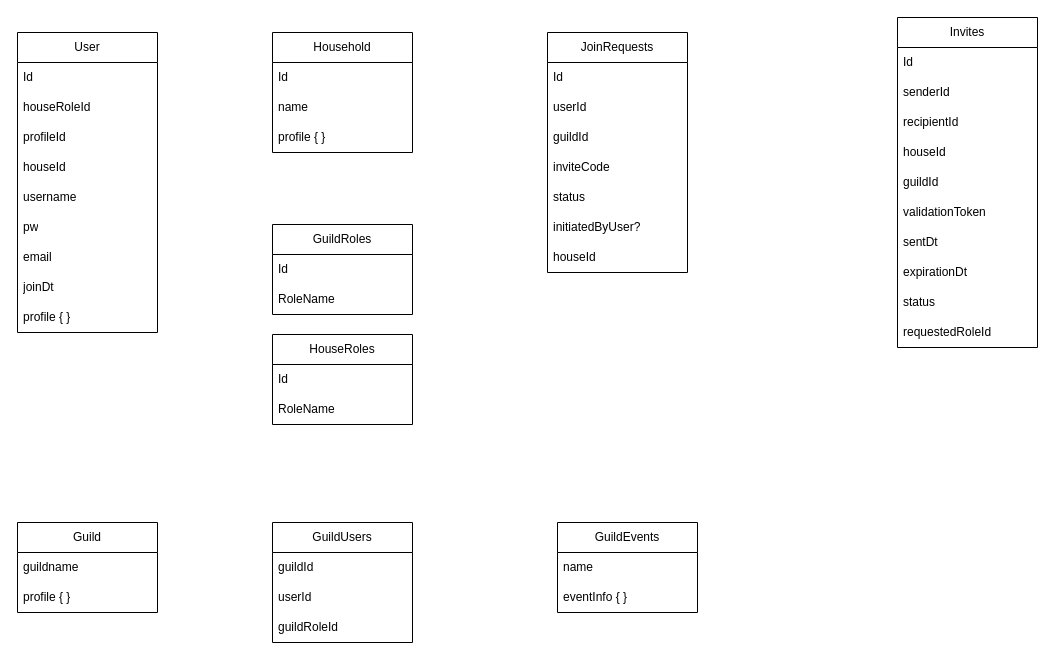
Before: doc/db.drawio in gorebash/guild_hall, a draw.io diagram. Source tidied: cells renumbered, new cells numbered last; positions are measured from the earlier drawing's top-left corner, leaving out a move shared by most shapes. Both pictures are drawn from the tidied source at 100%, with x=0, y=0 at pixel (17, 17).
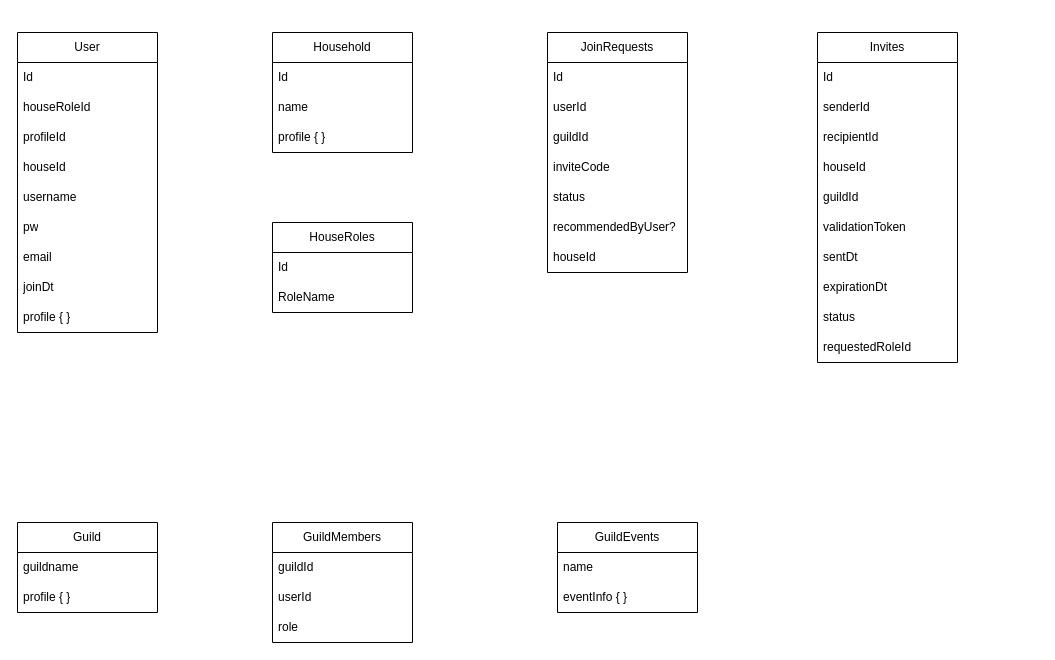
The same page after the edit.

The change refers to these unchanged cells:
```xml
<mxCell id="43" value="JoinRequests" style="swimlane;fontStyle=0;horizontal=1;startSize=30;whiteSpace=wrap;html=1;" parent="1" vertex="1">
  <mxGeometry x="530" y="15" width="140" height="240" as="geometry" />
</mxCell>
```

Diff of the diagram source:
```diff
@@
     <mxCell id="19" value="HouseRoles" style="swimlane;fontStyle=0;horizontal=1;startSize=30;whiteSpace=wrap;html=1;" parent="1" vertex="1">
-      <mxGeometry x="255" y="317" width="140" height="90" as="geometry" />
+      <mxGeometry x="255" y="205" width="140" height="90" as="geometry" />
     </mxCell>
@@
-    <mxCell id="22" value="GuildUsers" style="swimlane;fontStyle=0;horizontal=1;startSize=30;whiteSpace=wrap;html=1;" parent="1" vertex="1">
+    <mxCell id="22" value="GuildMembers" style="swimlane;fontStyle=0;horizontal=1;startSize=30;whiteSpace=wrap;html=1;" parent="1" vertex="1">
       <mxGeometry x="255" y="505" width="140" height="120" as="geometry" />
     </mxCell>
@@
-    <mxCell id="25" value="guildRoleId" style="text;strokeColor=none;fillColor=none;align=left;verticalAlign=middle;spacingLeft=4;spacingRight=4;overflow=hidden;whiteSpace=wrap;html=1;" parent="22" vertex="1">
+    <mxCell id="25" value="role" style="text;strokeColor=none;fillColor=none;align=left;verticalAlign=middle;spacingLeft=4;spacingRight=4;overflow=hidden;whiteSpace=wrap;html=1;" parent="22" vertex="1">
       <mxGeometry y="90" width="140" height="30" as="geometry" />
     </mxCell>
-    <mxCell id="26" value="GuildRoles" style="swimlane;fontStyle=0;horizontal=1;startSize=30;whiteSpace=wrap;html=1;" parent="1" vertex="1">
-      <mxGeometry x="255" y="207" width="140" height="90" as="geometry" />
-    </mxCell>
-    <mxCell id="27" value="Id" style="text;strokeColor=none;fillColor=none;align=left;verticalAlign=middle;spacingLeft=4;spacingRight=4;overflow=hidden;whiteSpace=wrap;html=1;" parent="26" vertex="1">
-      <mxGeometry y="30" width="140" height="30" as="geometry" />
-    </mxCell>
-    <mxCell id="28" value="RoleName" style="text;strokeColor=none;fillColor=none;align=left;verticalAlign=middle;spacingLeft=4;spacingRight=4;overflow=hidden;whiteSpace=wrap;html=1;" parent="26" vertex="1">
-      <mxGeometry y="60" width="140" height="30" as="geometry" />
-    </mxCell>
     <mxCell id="29" value="Invites" style="swimlane;fontStyle=0;horizontal=1;startSize=30;whiteSpace=wrap;html=1;" parent="1" vertex="1">
-      <mxGeometry x="880" width="140" height="330" as="geometry" />
+      <mxGeometry x="800" y="15" width="140" height="330" as="geometry" />
     </mxCell>
@@
-    <mxCell id="49" value="initiatedByUser?" style="text;strokeColor=none;fillColor=none;align=left;verticalAlign=middle;spacingLeft=4;spacingRight=4;overflow=hidden;whiteSpace=wrap;html=1;" parent="43" vertex="1">
+    <mxCell id="49" value="recommendedByUser?" style="text;strokeColor=none;fillColor=none;align=left;verticalAlign=middle;spacingLeft=4;spacingRight=4;overflow=hidden;whiteSpace=wrap;html=1;" parent="43" vertex="1">
       <mxGeometry y="180" width="140" height="30" as="geometry" />
     </mxCell>
```
